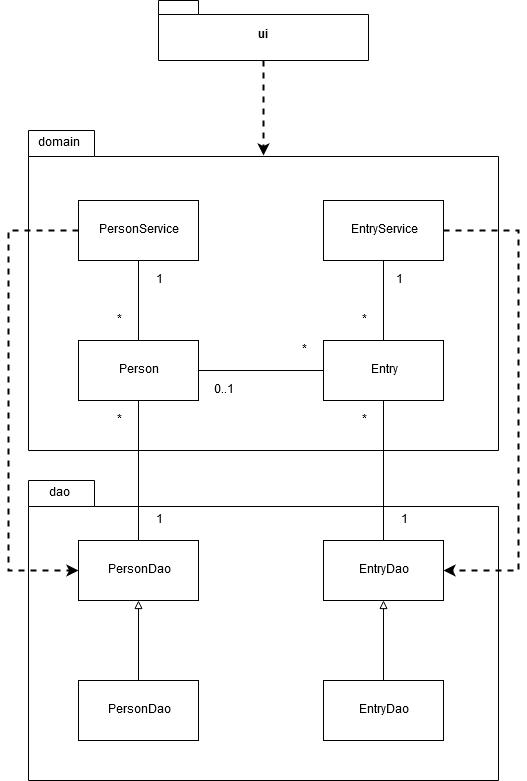
Earlier version of the draw.io export dokumentaatio/pakkauskaavio.png (Jamb000h/ot-harjoitustyo). Source tidied: cells renumbered, new cells last; positions are measured from the earlier drawing's top-left corner, leaving out a move shared by most shapes. The source it was exported from:
```xml
<mxGraphModel>
  <root>
    <mxCell id="0" />
    <mxCell id="1" parent="0" />
    <mxCell id="2" style="edgeStyle=orthogonalEdgeStyle;rounded=0;jettySize=auto;html=1;exitX=0.5;exitY=1;exitDx=0;exitDy=0;exitPerimeter=0;entryX=0.5;entryY=0.078;entryDx=0;entryDy=0;entryPerimeter=0;dashed=1;strokeWidth=2;" parent="1" edge="1" source="3" target="4">
      <mxGeometry relative="1" as="geometry" />
    </mxCell>
    <mxCell id="3" value="ui" style="shape=folder;fontStyle=1;spacingTop=10;tabWidth=40;tabHeight=14;tabPosition=left;html=1;" parent="1" vertex="1">
      <mxGeometry x="150" width="210" height="60" as="geometry" />
    </mxCell>
    <mxCell id="4" style="shape=folder;fontStyle=1;spacingTop=10;tabWidth=66;tabHeight=26;tabPosition=left;html=1;" parent="1" vertex="1">
      <mxGeometry x="20" y="130" width="470" height="320" as="geometry" />
    </mxCell>
    <mxCell id="5" value="domain" style="text;html=1;strokeColor=none;fillColor=none;align=center;verticalAlign=middle;whiteSpace=wrap;rounded=0;" parent="1" vertex="1">
      <mxGeometry x="30" y="133" width="40" height="20" as="geometry" />
    </mxCell>
    <mxCell id="6" style="edgeStyle=none;rounded=0;jettySize=auto;html=1;exitX=1;exitY=0.5;exitDx=0;exitDy=0;entryX=0;entryY=0.5;entryDx=0;entryDy=0;endArrow=none;endFill=0;strokeWidth=1;" parent="1" edge="1" source="8" target="23">
      <mxGeometry relative="1" as="geometry" />
    </mxCell>
    <mxCell id="7" style="edgeStyle=none;rounded=0;jettySize=auto;html=1;exitX=0.5;exitY=0;exitDx=0;exitDy=0;entryX=0.5;entryY=1;entryDx=0;entryDy=0;endArrow=none;endFill=0;strokeWidth=1;" parent="1" edge="1" source="8" target="21">
      <mxGeometry relative="1" as="geometry" />
    </mxCell>
    <mxCell id="8" value="Person" style="rounded=0;whiteSpace=wrap;html=1;" parent="1" vertex="1">
      <mxGeometry x="70" y="340" width="120" height="60" as="geometry" />
    </mxCell>
    <mxCell id="9" value="&lt;div&gt;EntryService&lt;/div&gt;" style="rounded=0;whiteSpace=wrap;html=1;" parent="1" vertex="1">
      <mxGeometry x="315" y="200" width="120" height="60" as="geometry" />
    </mxCell>
    <mxCell id="10" style="shape=folder;fontStyle=1;spacingTop=10;tabWidth=66;tabHeight=26;tabPosition=left;html=1;" parent="1" vertex="1">
      <mxGeometry x="20" y="480" width="470" height="300" as="geometry" />
    </mxCell>
    <mxCell id="11" value="dao" style="text;html=1;strokeColor=none;fillColor=none;align=center;verticalAlign=middle;whiteSpace=wrap;rounded=0;" parent="1" vertex="1">
      <mxGeometry x="30" y="483" width="40" height="20" as="geometry" />
    </mxCell>
    <mxCell id="12" style="edgeStyle=none;rounded=0;jettySize=auto;html=1;exitX=0.5;exitY=0;exitDx=0;exitDy=0;entryX=0.5;entryY=1;entryDx=0;entryDy=0;endArrow=none;endFill=0;strokeWidth=1;" parent="1" edge="1" source="13" target="8">
      <mxGeometry relative="1" as="geometry" />
    </mxCell>
    <mxCell id="13" value="PersonDao" style="rounded=0;whiteSpace=wrap;html=1;" parent="1" vertex="1">
      <mxGeometry x="70" y="540" width="120" height="60" as="geometry" />
    </mxCell>
    <mxCell id="14" style="edgeStyle=none;rounded=0;jettySize=auto;html=1;exitX=0.5;exitY=0;exitDx=0;exitDy=0;entryX=0.5;entryY=1;entryDx=0;entryDy=0;endArrow=none;endFill=0;strokeWidth=1;" parent="1" edge="1" source="15" target="23">
      <mxGeometry relative="1" as="geometry" />
    </mxCell>
    <mxCell id="15" value="EntryDao" style="rounded=0;whiteSpace=wrap;html=1;" parent="1" vertex="1">
      <mxGeometry x="315" y="540" width="120" height="60" as="geometry" />
    </mxCell>
    <mxCell id="16" style="edgeStyle=orthogonalEdgeStyle;rounded=0;jettySize=auto;html=1;exitX=0.5;exitY=0;exitDx=0;exitDy=0;strokeWidth=1;endArrow=block;endFill=0;" parent="1" edge="1" source="17" target="13">
      <mxGeometry relative="1" as="geometry" />
    </mxCell>
    <mxCell id="17" value="PersonDao" style="rounded=0;whiteSpace=wrap;html=1;" parent="1" vertex="1">
      <mxGeometry x="70" y="680" width="120" height="60" as="geometry" />
    </mxCell>
    <mxCell id="18" style="edgeStyle=orthogonalEdgeStyle;rounded=0;jettySize=auto;html=1;exitX=0.5;exitY=0;exitDx=0;exitDy=0;entryX=0.5;entryY=1;entryDx=0;entryDy=0;endArrow=block;endFill=0;strokeWidth=1;" parent="1" edge="1" source="19" target="15">
      <mxGeometry relative="1" as="geometry" />
    </mxCell>
    <mxCell id="19" value="EntryDao" style="rounded=0;whiteSpace=wrap;html=1;" parent="1" vertex="1">
      <mxGeometry x="315" y="680" width="120" height="60" as="geometry" />
    </mxCell>
    <mxCell id="20" style="edgeStyle=orthogonalEdgeStyle;rounded=0;jettySize=auto;html=1;exitX=0;exitY=0.5;exitDx=0;exitDy=0;entryX=0;entryY=0.5;entryDx=0;entryDy=0;endArrow=classic;endFill=1;strokeWidth=2;dashed=1;" parent="1" edge="1" source="21" target="13">
      <mxGeometry relative="1" as="geometry">
        <Array as="points">
          <mxPoint y="230" />
          <mxPoint y="570" />
        </Array>
      </mxGeometry>
    </mxCell>
    <mxCell id="21" value="PersonService" style="rounded=0;whiteSpace=wrap;html=1;" parent="1" vertex="1">
      <mxGeometry x="70" y="200" width="120" height="60" as="geometry" />
    </mxCell>
    <mxCell id="22" style="edgeStyle=none;rounded=0;jettySize=auto;html=1;exitX=0.5;exitY=0;exitDx=0;exitDy=0;entryX=0.5;entryY=1;entryDx=0;entryDy=0;endArrow=none;endFill=0;strokeWidth=1;" parent="1" edge="1" source="23" target="9">
      <mxGeometry relative="1" as="geometry" />
    </mxCell>
    <mxCell id="23" value="&lt;div&gt;Entry&lt;/div&gt;" style="rounded=0;whiteSpace=wrap;html=1;" parent="1" vertex="1">
      <mxGeometry x="315" y="340" width="120" height="60" as="geometry" />
    </mxCell>
    <mxCell id="24" style="edgeStyle=orthogonalEdgeStyle;rounded=0;jettySize=auto;html=1;exitX=1;exitY=0.5;exitDx=0;exitDy=0;entryX=1;entryY=0.5;entryDx=0;entryDy=0;dashed=1;endArrow=classic;endFill=1;strokeWidth=2;" parent="1" edge="1" source="9" target="15">
      <mxGeometry relative="1" as="geometry">
        <Array as="points">
          <mxPoint x="510" y="230" />
          <mxPoint x="510" y="570" />
        </Array>
      </mxGeometry>
    </mxCell>
    <mxCell id="25" value="1" style="text;html=1;strokeColor=none;fillColor=none;align=center;verticalAlign=middle;whiteSpace=wrap;rounded=0;" parent="1" vertex="1">
      <mxGeometry x="130" y="510" width="40" height="20" as="geometry" />
    </mxCell>
    <mxCell id="26" value="1" style="text;html=1;strokeColor=none;fillColor=none;align=center;verticalAlign=middle;whiteSpace=wrap;rounded=0;" parent="1" vertex="1">
      <mxGeometry x="375" y="510" width="40" height="20" as="geometry" />
    </mxCell>
    <mxCell id="27" value="1" style="text;html=1;strokeColor=none;fillColor=none;align=center;verticalAlign=middle;whiteSpace=wrap;rounded=0;" parent="1" vertex="1">
      <mxGeometry x="370" y="270" width="40" height="20" as="geometry" />
    </mxCell>
    <mxCell id="28" value="0..1" style="text;html=1;strokeColor=none;fillColor=none;align=center;verticalAlign=middle;whiteSpace=wrap;rounded=0;" parent="1" vertex="1">
      <mxGeometry x="195" y="380" width="40" height="20" as="geometry" />
    </mxCell>
    <mxCell id="29" value="*" style="text;html=1;strokeColor=none;fillColor=none;align=center;verticalAlign=middle;whiteSpace=wrap;rounded=0;" parent="1" vertex="1">
      <mxGeometry x="275" y="340" width="40" height="20" as="geometry" />
    </mxCell>
    <mxCell id="30" value="*" style="text;html=1;strokeColor=none;fillColor=none;align=center;verticalAlign=middle;whiteSpace=wrap;rounded=0;" parent="1" vertex="1">
      <mxGeometry x="90" y="410" width="40" height="20" as="geometry" />
    </mxCell>
    <mxCell id="31" value="*" style="text;html=1;strokeColor=none;fillColor=none;align=center;verticalAlign=middle;whiteSpace=wrap;rounded=0;" parent="1" vertex="1">
      <mxGeometry x="335" y="410" width="40" height="20" as="geometry" />
    </mxCell>
    <mxCell id="32" value="1" style="text;html=1;strokeColor=none;fillColor=none;align=center;verticalAlign=middle;whiteSpace=wrap;rounded=0;" parent="1" vertex="1">
      <mxGeometry x="130" y="270" width="40" height="20" as="geometry" />
    </mxCell>
    <mxCell id="33" value="*" style="text;html=1;strokeColor=none;fillColor=none;align=center;verticalAlign=middle;whiteSpace=wrap;rounded=0;" parent="1" vertex="1">
      <mxGeometry x="90" y="310" width="40" height="20" as="geometry" />
    </mxCell>
    <mxCell id="34" value="*" style="text;html=1;strokeColor=none;fillColor=none;align=center;verticalAlign=middle;whiteSpace=wrap;rounded=0;" parent="1" vertex="1">
      <mxGeometry x="335" y="310" width="40" height="20" as="geometry" />
    </mxCell>
  </root>
</mxGraphModel>
```
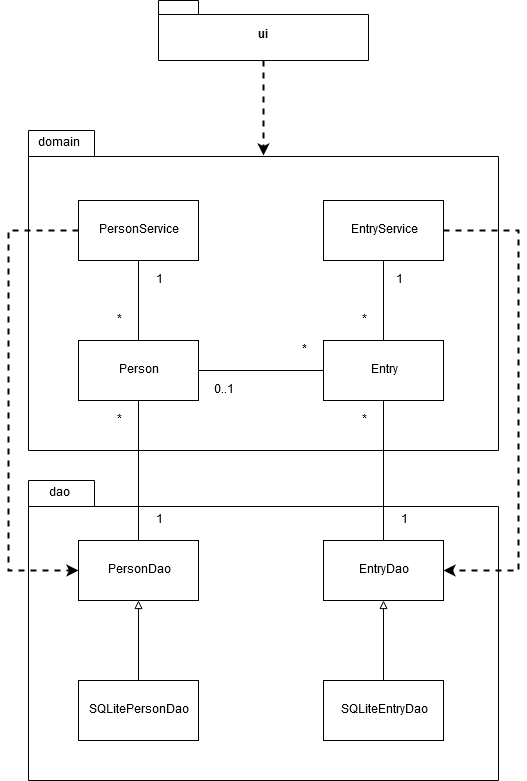
After the change.

Commit message:
Parempi pakkauskaavio

The edit, as a diff of the source:
```diff
@@ -47,13 +47,13 @@
     <mxCell id="16" style="edgeStyle=orthogonalEdgeStyle;rounded=0;jettySize=auto;html=1;exitX=0.5;exitY=0;exitDx=0;exitDy=0;strokeWidth=1;endArrow=block;endFill=0;" parent="1" edge="1" source="17" target="13">
       <mxGeometry relative="1" as="geometry" />
     </mxCell>
-    <mxCell id="17" value="PersonDao" style="rounded=0;whiteSpace=wrap;html=1;" parent="1" vertex="1">
+    <mxCell id="17" value="SQLitePersonDao" style="rounded=0;whiteSpace=wrap;html=1;" parent="1" vertex="1">
       <mxGeometry x="70" y="680" width="120" height="60" as="geometry" />
     </mxCell>
     <mxCell id="18" style="edgeStyle=orthogonalEdgeStyle;rounded=0;jettySize=auto;html=1;exitX=0.5;exitY=0;exitDx=0;exitDy=0;entryX=0.5;entryY=1;entryDx=0;entryDy=0;endArrow=block;endFill=0;strokeWidth=1;" parent="1" edge="1" source="19" target="15">
       <mxGeometry relative="1" as="geometry" />
     </mxCell>
-    <mxCell id="19" value="EntryDao" style="rounded=0;whiteSpace=wrap;html=1;" parent="1" vertex="1">
+    <mxCell id="19" value="SQLiteEntryDao" style="rounded=0;whiteSpace=wrap;html=1;" parent="1" vertex="1">
       <mxGeometry x="315" y="680" width="120" height="60" as="geometry" />
     </mxCell>
     <mxCell id="20" style="edgeStyle=orthogonalEdgeStyle;rounded=0;jettySize=auto;html=1;exitX=0;exitY=0.5;exitDx=0;exitDy=0;entryX=0;entryY=0.5;entryDx=0;entryDy=0;endArrow=classic;endFill=1;strokeWidth=2;dashed=1;" parent="1" edge="1" source="21" target="13">
```
